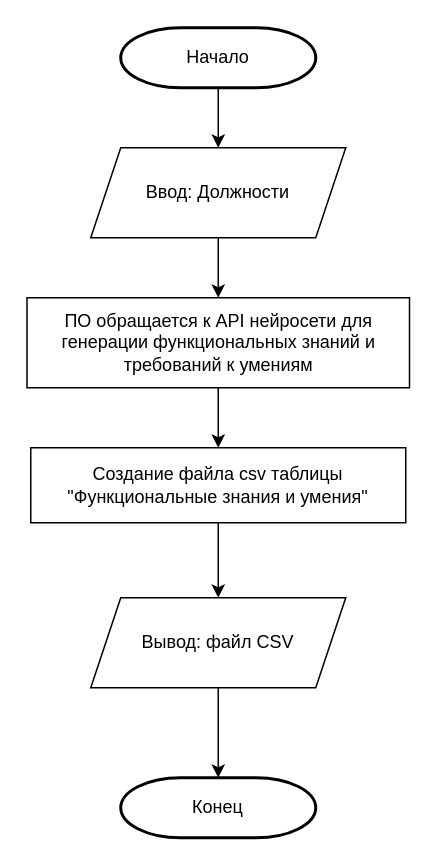
This is Algorithm_OPZ/(4. ЧИ) 1. Алгоритм Генерация требований.drawio from SmirnovBogdan8/Diplom, a draw.io file, before an edit. Source tidied: cells renumbered, new cells numbered last; positions are measured from the earlier drawing's top-left corner, leaving out a move shared by most shapes. Both pictures are drawn from the tidied source at 150%, with x=0, y=0 at pixel (27, 27).
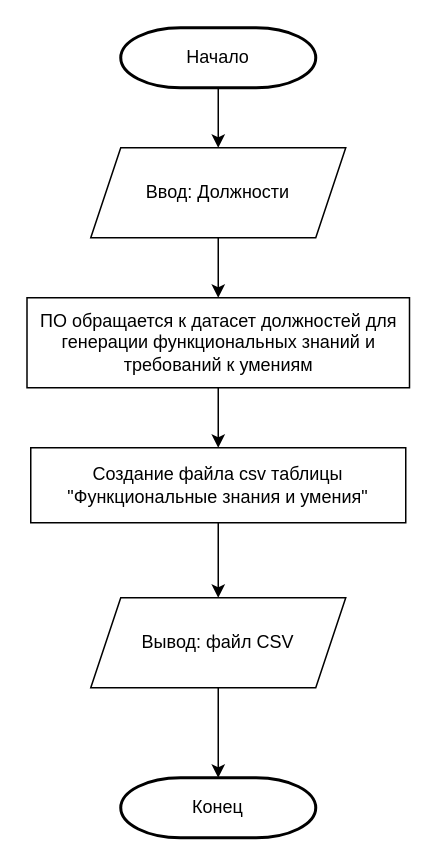
The same diagram, later.

Change to the diagram source:
```diff
@@
 <mxGraphModel>
   <root>
     <mxCell id="0" />
     <mxCell id="1" parent="0" />
     <mxCell id="2" style="edgeStyle=orthogonalEdgeStyle;rounded=0;jettySize=auto;html=1;" parent="1" edge="1" source="3" target="6">
       <mxGeometry relative="1" as="geometry" />
     </mxCell>
     <mxCell id="3" value="Начало" style="strokeWidth=2;html=1;shape=mxgraph.flowchart.terminator;whiteSpace=wrap;" parent="1" vertex="1">
       <mxGeometry x="62" width="130" height="40" as="geometry" />
     </mxCell>
     <mxCell id="4" value="Конец" style="strokeWidth=2;html=1;shape=mxgraph.flowchart.terminator;whiteSpace=wrap;" parent="1" vertex="1">
       <mxGeometry x="62" y="500" width="130" height="40" as="geometry" />
     </mxCell>
     <mxCell id="5" style="edgeStyle=orthogonalEdgeStyle;rounded=0;jettySize=auto;html=1;" parent="1" edge="1" source="6" target="8">
       <mxGeometry relative="1" as="geometry" />
     </mxCell>
     <mxCell id="6" value="Ввод: Должности" style="shape=parallelogram;perimeter=parallelogramPerimeter;whiteSpace=wrap;html=1;fixedSize=1;" parent="1" vertex="1">
       <mxGeometry x="42" y="80" width="170" height="60" as="geometry" />
     </mxCell>
     <mxCell id="7" style="edgeStyle=orthogonalEdgeStyle;rounded=0;jettySize=auto;html=1;" parent="1" edge="1" source="8" target="10">
       <mxGeometry relative="1" as="geometry" />
     </mxCell>
-    <mxCell id="8" value="ПО обращается к API нейросети для генерации функциональных знаний и требований к умениям" style="rounded=0;whiteSpace=wrap;html=1;" parent="1" vertex="1">
+    <mxCell id="8" value="ПО обращается к датасет должностей для генерации функциональных знаний и требований к умениям" style="rounded=0;whiteSpace=wrap;html=1;" parent="1" vertex="1">
       <mxGeometry x="-0.5" y="180" width="255" height="60" as="geometry" />
     </mxCell>
     <mxCell id="9" style="edgeStyle=orthogonalEdgeStyle;rounded=0;jettySize=auto;html=1;" parent="1" edge="1" source="10" target="12">
       <mxGeometry relative="1" as="geometry" />
     </mxCell>
     <mxCell id="10" value="Создание файла csv таблицы &quot;Функциональные знания и умения&quot;" style="rounded=0;whiteSpace=wrap;html=1;" parent="1" vertex="1">
       <mxGeometry x="2" y="280" width="250" height="50" as="geometry" />
     </mxCell>
     <mxCell id="11" style="edgeStyle=orthogonalEdgeStyle;rounded=0;jettySize=auto;html=1;" parent="1" edge="1" source="12" target="4">
       <mxGeometry relative="1" as="geometry" />
     </mxCell>
     <mxCell id="12" value="Вывод: файл CSV" style="shape=parallelogram;perimeter=parallelogramPerimeter;whiteSpace=wrap;html=1;fixedSize=1;" parent="1" vertex="1">
       <mxGeometry x="42" y="380" width="170" height="60" as="geometry" />
     </mxCell>
   </root>
 </mxGraphModel>
```
